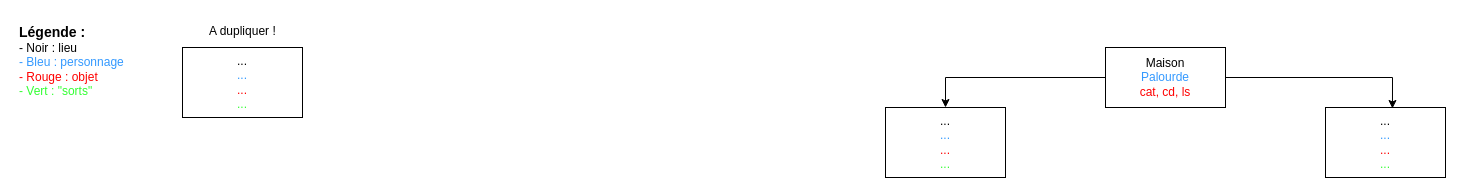
This is docs/T3_Architecture_materielle/3.3_Decouverte_des_commandes_Linux/data/VotreNom_Plan_Terminus.drawio from nsimichelet91/1NSI, a draw.io file, before an edit. Source tidied: cells renumbered, new cells numbered last; positions are measured from the earlier drawing's top-left corner, leaving out a move shared by most shapes. Both pictures are drawn from the tidied source at 100%, with x=0, y=0 at pixel (17, 17).
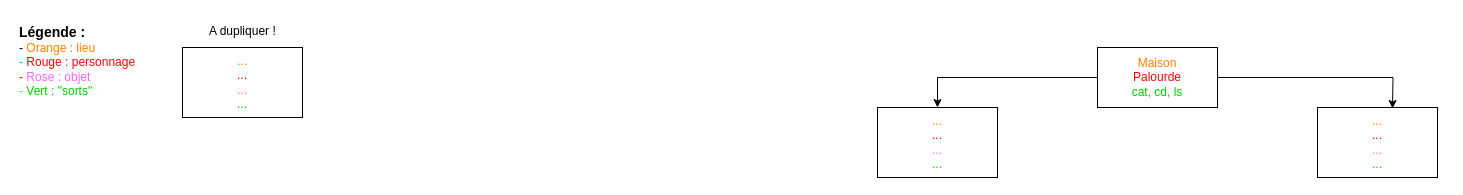
Above is the later version.

The edit, as a diff of the source:
```diff
@@
 <mxGraphModel>
   <root>
     <mxCell id="0" />
     <mxCell id="1" parent="0" />
-    <mxCell id="2" style="edgeStyle=orthogonalEdgeStyle;rounded=0;jettySize=auto;html=1;exitX=0;exitY=0.5;exitDx=0;exitDy=0;entryX=0.5;entryY=0;entryDx=0;entryDy=0;" parent="1" edge="1" source="3" target="4">
-      <mxGeometry relative="1" as="geometry" />
-    </mxCell>
+    <mxCell id="10" style="edgeStyle=orthogonalEdgeStyle;rounded=0;jettySize=auto;html=1;exitX=0;exitY=0.5;exitDx=0;exitDy=0;entryX=0.5;entryY=0;entryDx=0;entryDy=0;" parent="1" edge="1" source="3" target="11">
+      <mxGeometry relative="1" as="geometry" />
+    </mxCell>
-    <mxCell id="3" value="&lt;div&gt;Maison&lt;/div&gt;&lt;div&gt;&lt;font color=&quot;#3399ff&quot;&gt;Palourde&lt;/font&gt;&lt;/div&gt;&lt;div&gt;&lt;font color=&quot;#ff0000&quot;&gt;cat, cd, ls&lt;/font&gt;&lt;br&gt;&lt;/div&gt;" style="rounded=0;whiteSpace=wrap;html=1;" parent="1" vertex="1">
-      <mxGeometry x="1088" y="30" width="120" height="60" as="geometry" />
+    <mxCell id="3" value="&lt;div&gt;&lt;font color=&quot;#ff8000&quot;&gt;Maison&lt;/font&gt;&lt;/div&gt;&lt;div&gt;&lt;font color=&quot;#ff0000&quot;&gt;Palourde&lt;/font&gt;&lt;/div&gt;&lt;div&gt;&lt;font color=&quot;#00cc00&quot;&gt;cat, cd, ls&lt;/font&gt;&lt;br&gt;&lt;/div&gt;" style="rounded=0;whiteSpace=wrap;html=1;" parent="1" vertex="1">
+      <mxGeometry x="1080" y="30" width="120" height="60" as="geometry" />
     </mxCell>
-    <mxCell id="4" value="&lt;div&gt;...&lt;/div&gt;&lt;div&gt;&lt;font color=&quot;#3399ff&quot;&gt;...&lt;/font&gt;&lt;/div&gt;&lt;div&gt;&lt;font color=&quot;#ff0000&quot;&gt;...&lt;/font&gt;&lt;br&gt;&lt;/div&gt;&lt;div&gt;&lt;font color=&quot;#33ff33&quot;&gt;...&lt;/font&gt;&lt;br&gt;&lt;/div&gt;" style="rounded=0;whiteSpace=wrap;html=1;" parent="1" vertex="1">
-      <mxGeometry x="868" y="90" width="120" height="70" as="geometry" />
-    </mxCell>
-    <mxCell id="5" value="&lt;div&gt;&lt;font style=&quot;font-size: 14px;&quot;&gt;&lt;b&gt;Légende : &lt;/b&gt;&lt;/font&gt;&lt;br&gt;&lt;/div&gt;&lt;div&gt;- Noir : lieu&lt;/div&gt;&lt;div&gt;&lt;font color=&quot;#3399ff&quot;&gt;- Bleu : personnage&lt;/font&gt;&lt;/div&gt;&lt;div&gt;&lt;font color=&quot;#ff0000&quot;&gt;- Rouge : objet&lt;/font&gt;&lt;/div&gt;&lt;div&gt;&lt;font color=&quot;#33ff33&quot;&gt;- Vert : &quot;sorts&quot;&lt;/font&gt;&lt;br&gt;&lt;/div&gt;" style="text;html=1;whiteSpace=wrap;overflow=hidden;rounded=0;" parent="1" vertex="1">
+    <mxCell id="5" value="&lt;div&gt;&lt;font style=&quot;font-size: 14px;&quot;&gt;&lt;b&gt;Légende : &lt;/b&gt;&lt;/font&gt;&lt;br&gt;&lt;/div&gt;&lt;div&gt;- &lt;font color=&quot;#ff8000&quot;&gt;Orange : lieu&lt;/font&gt;&lt;/div&gt;&lt;div&gt;&lt;font color=&quot;#3399ff&quot;&gt;- &lt;/font&gt;&lt;font color=&quot;#ff0000&quot;&gt;Rouge : personnage&lt;/font&gt;&lt;/div&gt;&lt;div&gt;&lt;font color=&quot;#ff0000&quot;&gt;- &lt;/font&gt;&lt;font color=&quot;#ff66ff&quot;&gt;Rose : objet&lt;/font&gt;&lt;/div&gt;&lt;div&gt;&lt;font color=&quot;#33ff33&quot;&gt;- &lt;/font&gt;&lt;font color=&quot;#00cc00&quot;&gt;Vert : &quot;sorts&quot;&lt;/font&gt;&lt;br&gt;&lt;/div&gt;" style="text;html=1;whiteSpace=wrap;overflow=hidden;rounded=0;" parent="1" vertex="1">
       <mxGeometry width="180" height="120" as="geometry" />
     </mxCell>
-    <mxCell id="6" value="&lt;div&gt;...&lt;/div&gt;&lt;div&gt;&lt;font color=&quot;#3399ff&quot;&gt;...&lt;/font&gt;&lt;/div&gt;&lt;div&gt;&lt;font color=&quot;#ff0000&quot;&gt;...&lt;/font&gt;&lt;br&gt;&lt;/div&gt;&lt;div&gt;&lt;font color=&quot;#33ff33&quot;&gt;...&lt;/font&gt;&lt;br&gt;&lt;/div&gt;" style="rounded=0;whiteSpace=wrap;html=1;" parent="1" vertex="1">
-      <mxGeometry x="1308" y="90" width="120" height="70" as="geometry" />
-    </mxCell>
-    <mxCell id="7" style="edgeStyle=orthogonalEdgeStyle;rounded=0;jettySize=auto;html=1;exitX=1;exitY=0.5;exitDx=0;exitDy=0;entryX=0.558;entryY=0.014;entryDx=0;entryDy=0;entryPerimeter=0;" parent="1" edge="1" source="3" target="6">
-      <mxGeometry relative="1" as="geometry" />
+    <mxCell id="7" style="edgeStyle=orthogonalEdgeStyle;rounded=0;jettySize=auto;html=1;exitX=1;exitY=0.5;exitDx=0;exitDy=0;entryX=0.558;entryY=0.014;entryDx=0;entryDy=0;entryPerimeter=0;" parent="1" edge="1" source="3">
+      <mxGeometry relative="1" as="geometry">
+        <mxPoint x="1375" y="91" as="targetPoint" />
+      </mxGeometry>
     </mxCell>
-    <mxCell id="8" value="&lt;div&gt;...&lt;/div&gt;&lt;div&gt;&lt;font color=&quot;#3399ff&quot;&gt;...&lt;/font&gt;&lt;/div&gt;&lt;div&gt;&lt;font color=&quot;#ff0000&quot;&gt;...&lt;/font&gt;&lt;br&gt;&lt;/div&gt;&lt;div&gt;&lt;font color=&quot;#33ff33&quot;&gt;...&lt;/font&gt;&lt;br&gt;&lt;/div&gt;" style="rounded=0;whiteSpace=wrap;html=1;" parent="1" vertex="1">
+    <mxCell id="8" value="&lt;div&gt;&lt;font color=&quot;#ff8000&quot;&gt;...&lt;/font&gt;&lt;/div&gt;&lt;div&gt;&lt;font color=&quot;#ff0000&quot;&gt;...&lt;/font&gt;&lt;/div&gt;&lt;div&gt;&lt;font color=&quot;#ff66ff&quot;&gt;...&lt;/font&gt;&lt;br&gt;&lt;/div&gt;&lt;div&gt;&lt;font color=&quot;#00cc00&quot;&gt;...&lt;/font&gt;&lt;br&gt;&lt;/div&gt;" style="rounded=0;whiteSpace=wrap;html=1;" parent="1" vertex="1">
       <mxGeometry x="165" y="30" width="120" height="70" as="geometry" />
     </mxCell>
     <mxCell id="9" value="A dupliquer !" style="text;html=1;whiteSpace=wrap;overflow=hidden;rounded=0;" parent="1" vertex="1">
       <mxGeometry x="190" width="70" height="30" as="geometry" />
     </mxCell>
+    <mxCell id="11" value="&lt;div&gt;&lt;font color=&quot;#ff8000&quot;&gt;...&lt;/font&gt;&lt;/div&gt;&lt;div&gt;&lt;font color=&quot;#ff0000&quot;&gt;...&lt;/font&gt;&lt;/div&gt;&lt;div&gt;&lt;font color=&quot;#ff66ff&quot;&gt;...&lt;/font&gt;&lt;br&gt;&lt;/div&gt;&lt;div&gt;&lt;font color=&quot;#00cc00&quot;&gt;...&lt;/font&gt;&lt;br&gt;&lt;/div&gt;" style="rounded=0;whiteSpace=wrap;html=1;" parent="1" vertex="1">
+      <mxGeometry x="860" y="90" width="120" height="70" as="geometry" />
+    </mxCell>
+    <mxCell id="12" value="&lt;div&gt;&lt;font color=&quot;#ff8000&quot;&gt;...&lt;/font&gt;&lt;/div&gt;&lt;div&gt;&lt;font color=&quot;#ff0000&quot;&gt;...&lt;/font&gt;&lt;/div&gt;&lt;div&gt;&lt;font color=&quot;#ff66ff&quot;&gt;...&lt;/font&gt;&lt;br&gt;&lt;/div&gt;&lt;div&gt;&lt;font color=&quot;#00cc00&quot;&gt;...&lt;/font&gt;&lt;br&gt;&lt;/div&gt;" style="rounded=0;whiteSpace=wrap;html=1;" parent="1" vertex="1">
+      <mxGeometry x="1300" y="90" width="120" height="70" as="geometry" />
+    </mxCell>
   </root>
 </mxGraphModel>
```
